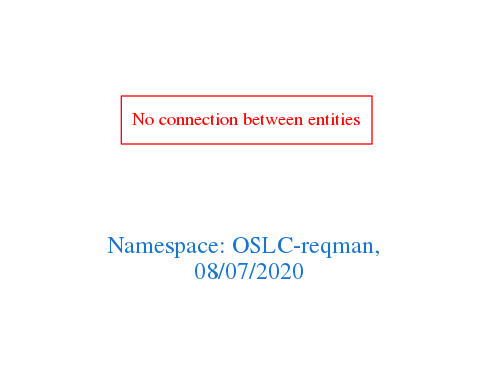
Before: downloads/OSLC-reqman.png, a diagram exported from Graphviz (arago/OGIT). Its source is kept beside it as downloads/OSLC-reqman.dot.
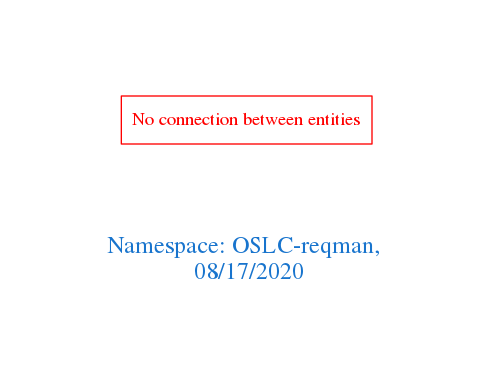
Above is the later version.

The edit, as a diff of the source:
```diff
@@ -1,7 +1,7 @@
 digraph OGIT_ontology {
  graph [ rankdir= LR,pad=1
 fontsize = 18,
-fontcolor= dodgerblue3,label = "\n\n\nNamespace: OSLC-reqman, \n 08/07/2020"];
+fontcolor= dodgerblue3,label = "\n\n\nNamespace: OSLC-reqman, \n 08/17/2020"];
 node[shape=polygon];
 edge [  color="gray81"];
 
```
